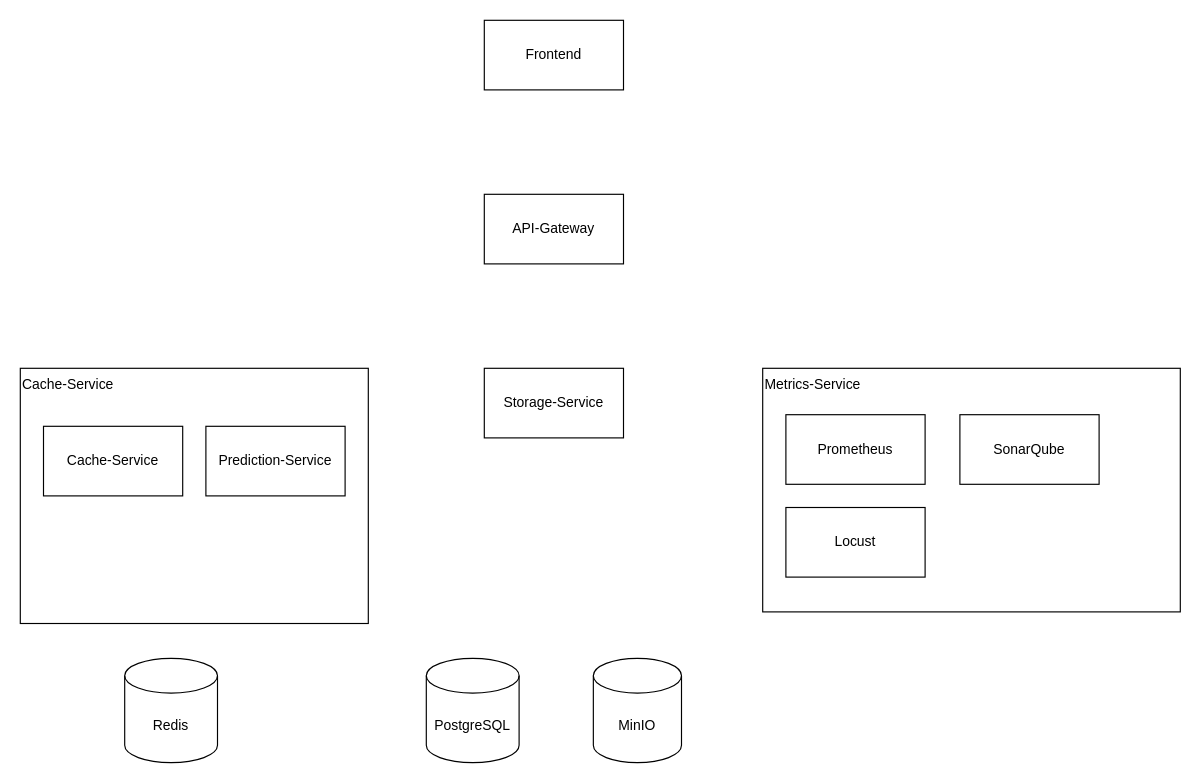
MarvMa/ARPAS-Services keeps this draw.io diagram as Unbenanntes Diagramm.drawio. Above is the earlier version. Source tidied: cells renumbered, new cells numbered last; positions are measured from the earlier drawing's top-left corner, leaving out a move shared by most shapes. Both pictures are drawn from the tidied source at 116%, with x=0, y=0 at pixel (20, 20).
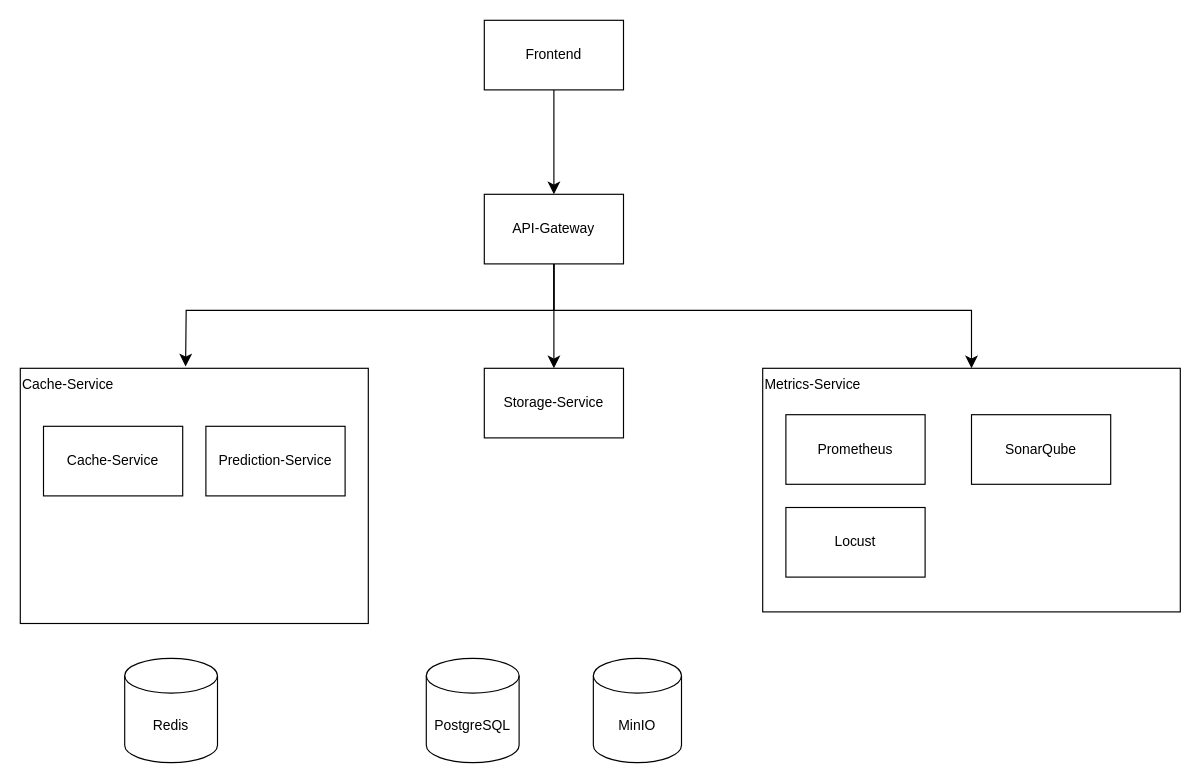
Above is the later version.

Commit message:
added specific services

The change refers to these unchanged cells:
```xml
<mxCell id="2" value="Storage-Service" style="rounded=0;whiteSpace=wrap;html=1;" parent="1" vertex="1">
  <mxGeometry x="400" y="300" width="120" height="60" as="geometry" />
</mxCell>
<mxCell id="3" value="Frontend" style="rounded=0;whiteSpace=wrap;html=1;" parent="1" vertex="1">
  <mxGeometry x="400" width="120" height="60" as="geometry" />
</mxCell>
<mxCell id="4" value="API-Gateway" style="rounded=0;whiteSpace=wrap;html=1;" parent="1" vertex="1">
  <mxGeometry x="400" y="150" width="120" height="60" as="geometry" />
</mxCell>
<mxCell id="5" value="Cache-Service" style="rounded=0;whiteSpace=wrap;html=1;verticalAlign=top;align=left;" parent="1" vertex="1">
  <mxGeometry y="300" width="300" height="220" as="geometry" />
</mxCell>
<mxCell id="6" value="Metrics-Service" style="rounded=0;whiteSpace=wrap;html=1;verticalAlign=top;align=left;" parent="1" vertex="1">
  <mxGeometry x="640" y="300" width="360" height="210" as="geometry" />
</mxCell>
```

The edit, as a diff of the source:
```diff
@@
+    <mxCell id="15" style="edgeStyle=none;curved=1;rounded=0;jettySize=auto;html=1;fontSize=12;startSize=8;endSize=8;" parent="1" edge="1" source="3" target="4">
+      <mxGeometry relative="1" as="geometry" />
+    </mxCell>
@@
+    <mxCell id="16" style="edgeStyle=none;curved=0;rounded=0;jettySize=auto;html=1;entryX=0.5;entryY=0;entryDx=0;entryDy=0;fontSize=12;startSize=8;endSize=8;" parent="1" edge="1" source="4" target="6">
+      <mxGeometry relative="1" as="geometry">
+        <Array as="points">
+          <mxPoint x="460" y="250" />
+          <mxPoint x="820" y="250" />
+        </Array>
+      </mxGeometry>
+    </mxCell>
+    <mxCell id="17" style="edgeStyle=none;curved=1;rounded=0;jettySize=auto;html=1;fontSize=12;startSize=8;endSize=8;" parent="1" edge="1" source="4" target="2">
+      <mxGeometry relative="1" as="geometry" />
+    </mxCell>
@@
     <mxCell id="12" value="SonarQube" style="rounded=0;whiteSpace=wrap;html=1;" parent="1" vertex="1">
-      <mxGeometry x="810" y="340" width="120" height="60" as="geometry" />
+      <mxGeometry x="820" y="340" width="120" height="60" as="geometry" />
     </mxCell>
@@
+    <mxCell id="18" style="edgeStyle=none;curved=0;rounded=0;jettySize=auto;html=1;entryX=0.475;entryY=-0.007;entryDx=0;entryDy=0;entryPerimeter=0;fontSize=12;startSize=8;endSize=8;" parent="1" edge="1" source="4" target="5">
+      <mxGeometry relative="1" as="geometry">
+        <Array as="points">
+          <mxPoint x="460" y="250" />
+          <mxPoint x="143" y="250" />
+        </Array>
+      </mxGeometry>
+    </mxCell>
```
